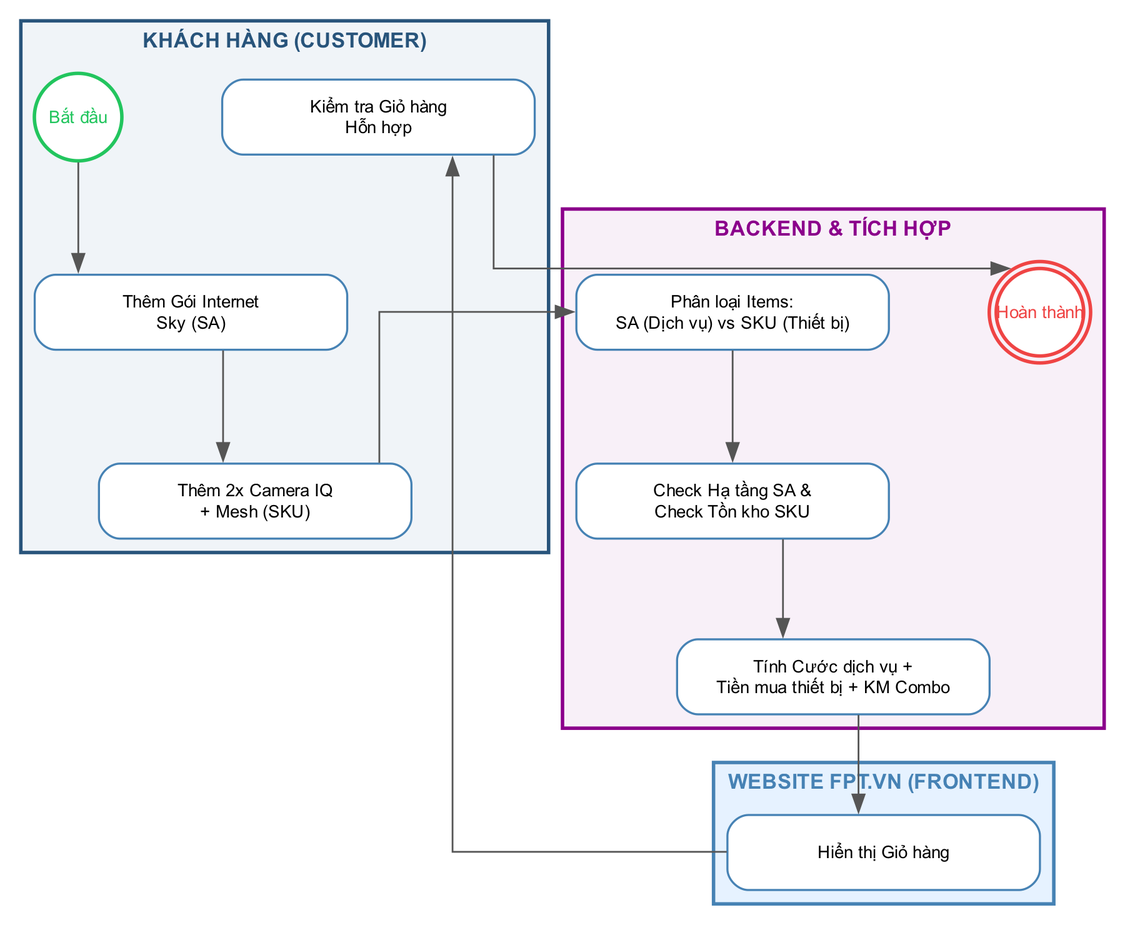
Before: diagrams/bpmn_fr08_skusa.png, a diagram exported from Graphviz (hathuy2706-BA/FPT). Its source is kept beside it as diagrams/bpmn_fr08_skusa.dot.
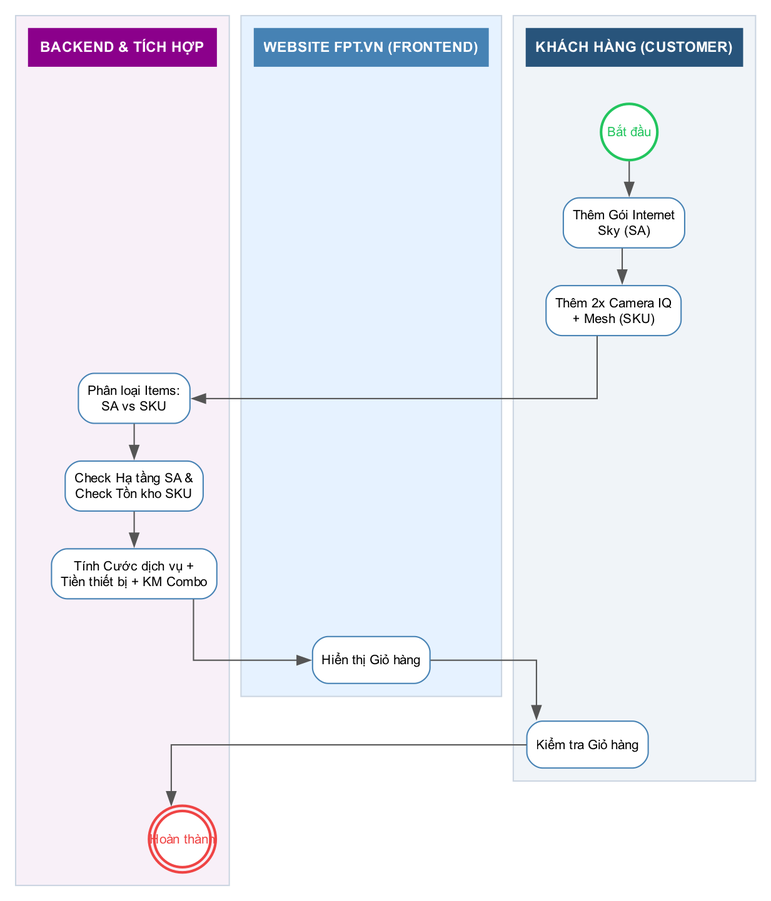
The same file after the commit.

Change to the diagram source:
```diff
@@ -2,41 +2,40 @@
 
     rankdir=TB;
     splines=ortho;
-    nodesep=0.8;
-    ranksep=0.8;
-    node [fontname="Arial", fontsize=10, shape=box, style="rounded,filled", fillcolor="white", color="#4682B4", penwidth=1.2, width=2.5, height=0.6];
+    nodesep=0.4;
+    ranksep=0.4;
+    newrank=true;
+    compound=true;
+    fontname="Arial";
+
+    node [fontname="Arial", fontsize=10, shape=box, style="rounded,filled", fillcolor="white", color="#4682B4", penwidth=1.0, margin=0.1];
     edge [fontname="Arial", fontsize=9, color="#555555", penwidth=1.0];
 
-
     subgraph cluster_customer {
-        label="KHÁCH HÀNG (CUSTOMER)";
-        style=filled; color="#28547B"; fillcolor="#F0F4F8"; penwidth=2;
-        fontcolor="#28547B"; fontsize=12; fontname="Arial bold"; labelloc="t"; labeljust="c";
-
-        start [label="Bắt đầu", shape=circle, style="filled", fillcolor="white", color="#22C55E", fontcolor="#22C55E", penwidth=2, width=0.7, fixedsize=true];
+        style=filled; color="#CBD5E1"; fillcolor="#F0F4F8"; penwidth=1; label=""; margin=10;
+        h_cust [label="KHÁCH HÀNG (CUSTOMER)", shape=box, style="filled", fillcolor="#28547B", color="#28547B", fontcolor="white", fontsize=11, fontname="Arial bold", width=2.0, height=0.4, fixedsize=false];
+        start [label="Bắt đầu", shape=circle, style="filled", fillcolor="white", color="#22C55E", fontcolor="#22C55E", penwidth=2, width=0.6, fixedsize=true];
         add_sa [label="Thêm Gói Internet\nSky (SA)"];
         add_sku [label="Thêm 2x Camera IQ\n+ Mesh (SKU)"];
-        view_mixed [label="Kiểm tra Giỏ hàng\nHỗn hợp"];
+        view_mixed [label="Kiểm tra Giỏ hàng"];
+        h_cust -> start [style=invis];
     }
-
     subgraph cluster_fe {
-        label="WEBSITE FPT.VN (FRONTEND)";
-        style=filled; color="#4682B4"; fillcolor="#E6F2FF"; penwidth=2;
-        fontcolor="#4682B4"; fontsize=12; fontname="Arial bold"; labelloc="t"; labeljust="c";
-
+        style=filled; color="#CBD5E1"; fillcolor="#E6F2FF"; penwidth=1; label=""; margin=10;
+        h_fe [label="WEBSITE FPT.VN (FRONTEND)", shape=box, style="filled", fillcolor="#4682B4", color="#4682B4", fontcolor="white", fontsize=11, fontname="Arial bold", width=2.0, height=0.4, fixedsize=false];
         display_cart [label="Hiển thị Giỏ hàng"];
+        h_fe -> display_cart [style=invis];
     }
-
     subgraph cluster_be {
-        label="BACKEND & TÍCH HỢP";
-        style=filled; color="#8B008B"; fillcolor="#F8F0F8"; penwidth=2;
-        fontcolor="#8B008B"; fontsize=12; fontname="Arial bold"; labelloc="t"; labeljust="c";
-
-        split_items [label="Phân loại Items:\nSA (Dịch vụ) vs SKU (Thiết bị)"];
+        style=filled; color="#CBD5E1"; fillcolor="#F8F0F8"; penwidth=1; label=""; margin=10;
+        h_be [label="BACKEND & TÍCH HỢP", shape=box, style="filled", fillcolor="#8B008B", color="#8B008B", fontcolor="white", fontsize=11, fontname="Arial bold", width=2.0, height=0.4, fixedsize=false];
+        split_items [label="Phân loại Items:\nSA vs SKU"];
         check_geo_both [label="Check Hạ tầng SA &\nCheck Tồn kho SKU"];
-        calc_total_mix [label="Tính Cước dịch vụ +\nTiền mua thiết bị + KM Combo"];
-        end [label="Hoàn thành", shape=doublecircle, style="filled", fillcolor="white", color="#EF4444", fontcolor="#EF4444", penwidth=2, width=0.7, fixedsize=true];
+        calc_total_mix [label="Tính Cước dịch vụ +\nTiền thiết bị + KM Combo"];
+        end [label="Hoàn thành", shape=doublecircle, style="filled", fillcolor="white", color="#EF4444", fontcolor="#EF4444", penwidth=2, width=0.6, fixedsize=true];
+        h_be -> split_items [style=invis];
     }
+    { rank=same; h_cust; h_fe; h_be; }
 
     start -> add_sa -> add_sku -> split_items -> check_geo_both -> calc_total_mix -> display_cart -> view_mixed -> end;
 }
```
